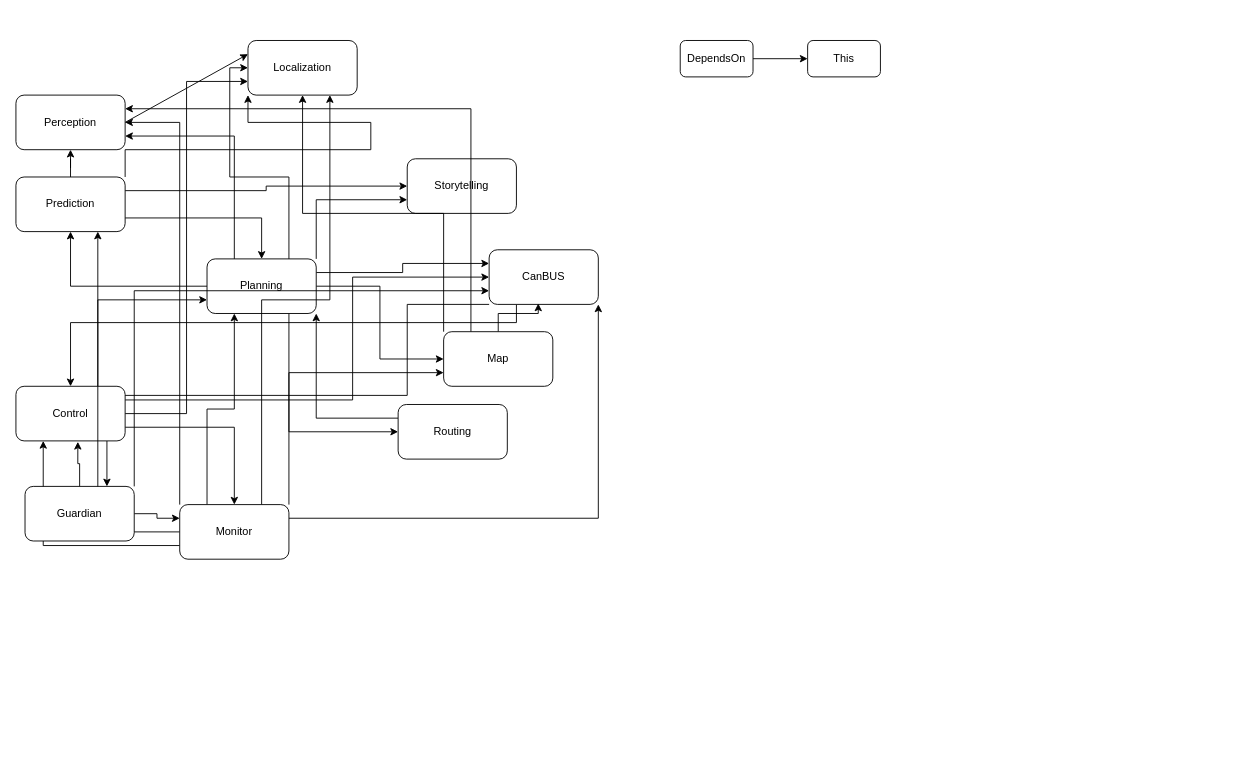
This is 322/apollo-concerte-take2.drawio from benhonda/queens-w2022, a draw.io file, before an edit. Source tidied: cells renumbered, new cells numbered last; positions are measured from the earlier drawing's top-left corner, leaving out a move shared by most shapes. Both pictures are drawn from the tidied source at 91%, with x=0, y=0 at pixel (15, 40).
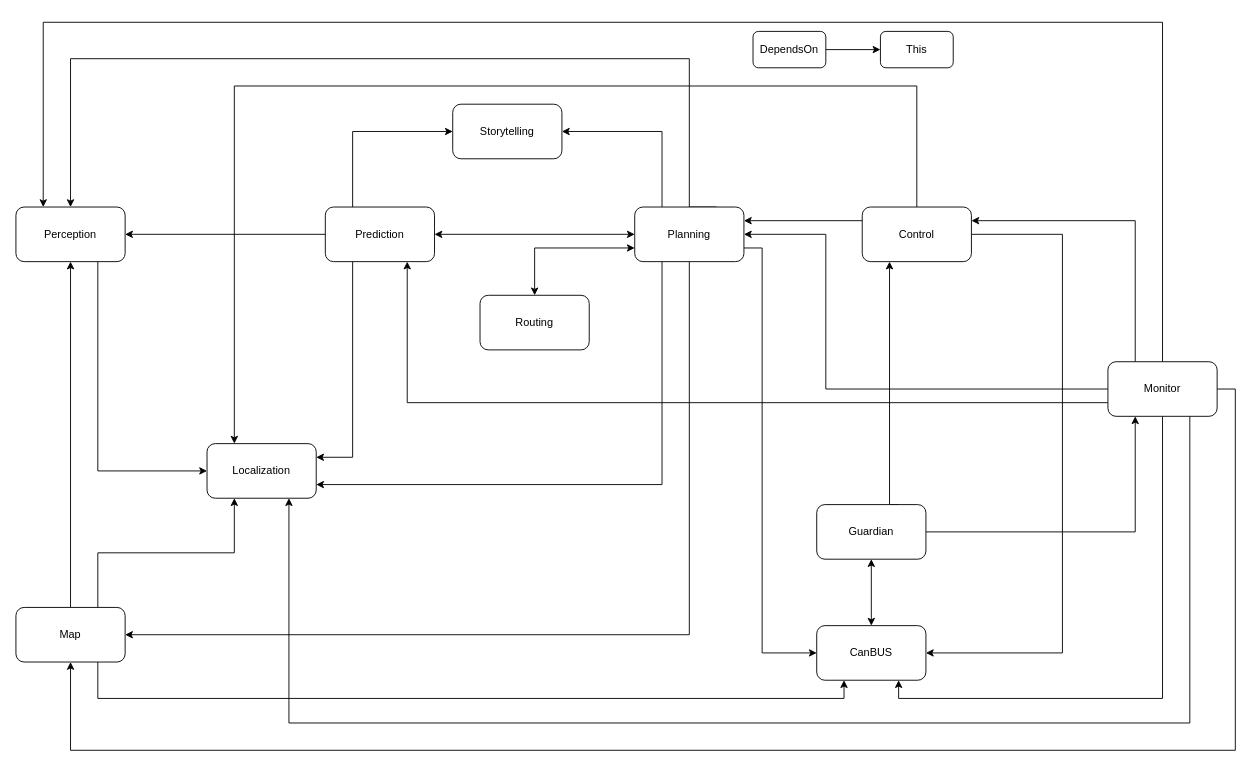
The same diagram, later.

The edit, as a diff of the source:
```diff
@@
+    <mxCell id="4" style="edgeStyle=orthogonalEdgeStyle;rounded=0;jettySize=auto;html=1;exitX=0.75;exitY=1;exitDx=0;exitDy=0;entryX=0;entryY=0.5;entryDx=0;entryDy=0;" parent="1" edge="1" source="2" target="3">
+      <mxGeometry relative="1" as="geometry">
+        <Array as="points">
+          <mxPoint x="90" y="473" />
+        </Array>
+      </mxGeometry>
+    </mxCell>
     <mxCell id="2" value="Perception" style="rounded=1;whiteSpace=wrap;html=1;" parent="1" vertex="1">
-      <mxGeometry y="60" width="120" height="60" as="geometry" />
+      <mxGeometry y="183" width="120" height="60" as="geometry" />
     </mxCell>
     <mxCell id="3" value="Localization" style="rounded=1;whiteSpace=wrap;html=1;" parent="1" vertex="1">
-      <mxGeometry x="255" width="120" height="60" as="geometry" />
+      <mxGeometry x="210" y="443" width="120" height="60" as="geometry" />
     </mxCell>
-    <mxCell id="4" style="endArrow=classic;html=1;rounded=0;exitX=1;exitY=0.5;exitDx=0;exitDy=0;entryX=0;entryY=0.25;entryDx=0;entryDy=0;" parent="1" edge="1" source="2" target="3">
-      <mxGeometry relative="1" as="geometry" />
-    </mxCell>
@@
     <mxCell id="6" value="DependsOn" style="rounded=1;whiteSpace=wrap;html=1;" parent="1" vertex="1">
-      <mxGeometry x="730" width="80" height="40" as="geometry" />
+      <mxGeometry x="810" y="-10" width="80" height="40" as="geometry" />
     </mxCell>
     <mxCell id="7" value="This" style="rounded=1;whiteSpace=wrap;html=1;" parent="1" vertex="1">
-      <mxGeometry x="870" width="80" height="40" as="geometry" />
+      <mxGeometry x="950" y="-10" width="80" height="40" as="geometry" />
     </mxCell>
-    <mxCell id="8" style="edgeStyle=orthogonalEdgeStyle;rounded=0;jettySize=auto;html=1;entryX=0.5;entryY=1;entryDx=0;entryDy=0;" parent="1" edge="1" source="12" target="2">
+    <mxCell id="8" style="edgeStyle=orthogonalEdgeStyle;rounded=0;jettySize=auto;html=1;entryX=1;entryY=0.5;entryDx=0;entryDy=0;exitX=0;exitY=0.5;exitDx=0;exitDy=0;" parent="1" edge="1" source="12" target="2">
       <mxGeometry relative="1" as="geometry" />
     </mxCell>
-    <mxCell id="9" style="edgeStyle=orthogonalEdgeStyle;rounded=0;jettySize=auto;html=1;exitX=1;exitY=0.75;exitDx=0;exitDy=0;entryX=0.5;entryY=0;entryDx=0;entryDy=0;" parent="1" edge="1" source="12" target="20">
-      <mxGeometry relative="1" as="geometry" />
-    </mxCell>
-    <mxCell id="10" style="edgeStyle=orthogonalEdgeStyle;rounded=0;jettySize=auto;html=1;exitX=1;exitY=0.25;exitDx=0;exitDy=0;" parent="1" edge="1" source="12" target="21">
-      <mxGeometry relative="1" as="geometry" />
+    <mxCell id="10" style="edgeStyle=orthogonalEdgeStyle;rounded=0;jettySize=auto;html=1;exitX=0.25;exitY=0;exitDx=0;exitDy=0;" parent="1" edge="1" source="12" target="21">
+      <mxGeometry relative="1" as="geometry">
+        <Array as="points">
+          <mxPoint x="370" y="100" />
+          <mxPoint x="370" y="100" />
+        </Array>
+      </mxGeometry>
     </mxCell>
-    <mxCell id="11" style="edgeStyle=orthogonalEdgeStyle;rounded=0;jettySize=auto;html=1;exitX=1;exitY=0;exitDx=0;exitDy=0;entryX=0;entryY=1;entryDx=0;entryDy=0;" parent="1" edge="1" source="12" target="3">
+    <mxCell id="11" style="edgeStyle=orthogonalEdgeStyle;rounded=0;jettySize=auto;html=1;exitX=0.25;exitY=1;exitDx=0;exitDy=0;entryX=1;entryY=0.25;entryDx=0;entryDy=0;" parent="1" edge="1" source="12" target="3">
       <mxGeometry relative="1" as="geometry">
         <Array as="points">
-          <mxPoint x="120" y="120" />
-          <mxPoint x="390" y="120" />
-          <mxPoint x="390" y="90" />
+          <mxPoint x="370" y="458" />
         </Array>
       </mxGeometry>
     </mxCell>
-    <mxCell id="12" value="Prediction" style="rounded=1;whiteSpace=wrap;html=1;" parent="1" vertex="1">
-      <mxGeometry y="150" width="120" height="60" as="geometry" />
-    </mxCell>
-    <mxCell id="13" style="edgeStyle=orthogonalEdgeStyle;rounded=0;jettySize=auto;html=1;exitX=1;exitY=0.25;exitDx=0;exitDy=0;entryX=0;entryY=0.25;entryDx=0;entryDy=0;" parent="1" edge="1" source="20" target="24">
-      <mxGeometry relative="1" as="geometry" />
+    <mxCell id="13" style="edgeStyle=orthogonalEdgeStyle;rounded=0;jettySize=auto;html=1;exitX=1;exitY=0.75;exitDx=0;exitDy=0;entryX=0;entryY=0.5;entryDx=0;entryDy=0;" parent="1" edge="1" source="20" target="24">
+      <mxGeometry relative="1" as="geometry">
+        <Array as="points">
+          <mxPoint x="820" y="228" />
+          <mxPoint x="820" y="673" />
+        </Array>
+      </mxGeometry>
     </mxCell>
-    <mxCell id="14" style="edgeStyle=orthogonalEdgeStyle;rounded=0;jettySize=auto;html=1;exitX=0.75;exitY=1;exitDx=0;exitDy=0;entryX=0;entryY=0.5;entryDx=0;entryDy=0;" parent="1" edge="1" source="20" target="26">
-      <mxGeometry relative="1" as="geometry" />
-    </mxCell>
-    <mxCell id="15" style="edgeStyle=orthogonalEdgeStyle;rounded=0;jettySize=auto;html=1;exitX=0.75;exitY=0;exitDx=0;exitDy=0;entryX=0;entryY=0.5;entryDx=0;entryDy=0;" parent="1" edge="1" source="20" target="3">
-      <mxGeometry relative="1" as="geometry" />
-    </mxCell>
-    <mxCell id="16" style="edgeStyle=orthogonalEdgeStyle;rounded=0;jettySize=auto;html=1;exitX=1;exitY=0.5;exitDx=0;exitDy=0;entryX=0;entryY=0.5;entryDx=0;entryDy=0;" parent="1" edge="1" source="20" target="30">
-      <mxGeometry relative="1" as="geometry" />
+    <mxCell id="16" style="edgeStyle=orthogonalEdgeStyle;rounded=0;jettySize=auto;html=1;exitX=0.5;exitY=1;exitDx=0;exitDy=0;entryX=1;entryY=0.5;entryDx=0;entryDy=0;" parent="1" edge="1" source="20" target="30">
+      <mxGeometry relative="1" as="geometry">
+        <Array as="points">
+          <mxPoint x="740" y="653" />
+        </Array>
+      </mxGeometry>
     </mxCell>
-    <mxCell id="17" style="edgeStyle=orthogonalEdgeStyle;rounded=0;jettySize=auto;html=1;exitX=0.25;exitY=0;exitDx=0;exitDy=0;entryX=1;entryY=0.75;entryDx=0;entryDy=0;" parent="1" edge="1" source="20" target="2">
-      <mxGeometry relative="1" as="geometry" />
+    <mxCell id="17" style="edgeStyle=orthogonalEdgeStyle;rounded=0;jettySize=auto;html=1;exitX=0.75;exitY=0;exitDx=0;exitDy=0;entryX=0.5;entryY=0;entryDx=0;entryDy=0;" parent="1" edge="1" source="20" target="2">
+      <mxGeometry relative="1" as="geometry">
+        <Array as="points">
+          <mxPoint x="740" y="183" />
+          <mxPoint x="740" y="20" />
+          <mxPoint x="60" y="20" />
+        </Array>
+      </mxGeometry>
     </mxCell>
-    <mxCell id="18" style="edgeStyle=orthogonalEdgeStyle;rounded=0;jettySize=auto;html=1;exitX=0;exitY=0.5;exitDx=0;exitDy=0;entryX=0.5;entryY=1;entryDx=0;entryDy=0;" parent="1" edge="1" source="20" target="12">
-      <mxGeometry relative="1" as="geometry" />
-    </mxCell>
-    <mxCell id="19" style="edgeStyle=orthogonalEdgeStyle;rounded=0;jettySize=auto;html=1;exitX=1;exitY=0;exitDx=0;exitDy=0;entryX=0;entryY=0.75;entryDx=0;entryDy=0;" parent="1" edge="1" source="20" target="21">
+    <mxCell id="19" style="edgeStyle=orthogonalEdgeStyle;rounded=0;jettySize=auto;html=1;exitX=0.25;exitY=0;exitDx=0;exitDy=0;entryX=1;entryY=0.5;entryDx=0;entryDy=0;" parent="1" edge="1" source="20" target="21">
       <mxGeometry relative="1" as="geometry" />
     </mxCell>
+    <mxCell id="15" style="edgeStyle=orthogonalEdgeStyle;rounded=0;jettySize=auto;html=1;exitX=0.25;exitY=1;exitDx=0;exitDy=0;entryX=1;entryY=0.75;entryDx=0;entryDy=0;endArrow=classic;endFill=1;strokeColor=default;" parent="1" edge="1" source="20" target="3">
+      <mxGeometry relative="1" as="geometry" />
+    </mxCell>
     <mxCell id="20" value="Planning" style="rounded=1;whiteSpace=wrap;html=1;" parent="1" vertex="1">
-      <mxGeometry x="210" y="240" width="120" height="60" as="geometry" />
+      <mxGeometry x="680" y="183" width="120" height="60" as="geometry" />
     </mxCell>
     <mxCell id="21" value="Storytelling" style="rounded=1;whiteSpace=wrap;html=1;" parent="1" vertex="1">
-      <mxGeometry x="430" y="130" width="120" height="60" as="geometry" />
+      <mxGeometry x="480" y="70" width="120" height="60" as="geometry" />
     </mxCell>
-    <mxCell id="22" style="edgeStyle=orthogonalEdgeStyle;rounded=0;jettySize=auto;html=1;exitX=0.25;exitY=1;exitDx=0;exitDy=0;entryX=0.5;entryY=0;entryDx=0;entryDy=0;" parent="1" edge="1" source="24" target="35">
-      <mxGeometry relative="1" as="geometry">
-        <Array as="points">
-          <mxPoint x="550" y="310" />
-          <mxPoint x="60" y="310" />
-        </Array>
-      </mxGeometry>
-    </mxCell>
-    <mxCell id="23" style="edgeStyle=orthogonalEdgeStyle;rounded=0;jettySize=auto;html=1;exitX=0;exitY=1;exitDx=0;exitDy=0;entryX=0.75;entryY=0;entryDx=0;entryDy=0;" parent="1" edge="1" source="24" target="47">
-      <mxGeometry relative="1" as="geometry">
-        <Array as="points">
-          <mxPoint x="430" y="290" />
-          <mxPoint x="430" y="390" />
-          <mxPoint x="100" y="390" />
-        </Array>
-      </mxGeometry>
-    </mxCell>
     <mxCell id="24" value="CanBUS" style="rounded=1;whiteSpace=wrap;html=1;" parent="1" vertex="1">
-      <mxGeometry x="520" y="230" width="120" height="60" as="geometry" />
+      <mxGeometry x="880" y="643" width="120" height="60" as="geometry" />
     </mxCell>
-    <mxCell id="25" style="edgeStyle=orthogonalEdgeStyle;rounded=0;jettySize=auto;html=1;exitX=0;exitY=0.25;exitDx=0;exitDy=0;entryX=1;entryY=1;entryDx=0;entryDy=0;" parent="1" edge="1" source="26" target="20">
-      <mxGeometry relative="1" as="geometry" />
-    </mxCell>
     <mxCell id="26" value="Routing" style="rounded=1;whiteSpace=wrap;html=1;" parent="1" vertex="1">
-      <mxGeometry x="420" y="400" width="120" height="60" as="geometry" />
+      <mxGeometry x="510" y="280" width="120" height="60" as="geometry" />
     </mxCell>
-    <mxCell id="27" style="edgeStyle=orthogonalEdgeStyle;rounded=0;jettySize=auto;html=1;exitX=0.5;exitY=0;exitDx=0;exitDy=0;entryX=0.45;entryY=0.983;entryDx=0;entryDy=0;entryPerimeter=0;" parent="1" edge="1" source="30" target="24">
-      <mxGeometry relative="1" as="geometry" />
+    <mxCell id="27" style="edgeStyle=orthogonalEdgeStyle;rounded=0;jettySize=auto;html=1;exitX=0.75;exitY=1;exitDx=0;exitDy=0;entryX=0.25;entryY=1;entryDx=0;entryDy=0;" parent="1" edge="1" source="30" target="24">
+      <mxGeometry relative="1" as="geometry">
+        <Array as="points">
+          <mxPoint x="90" y="723" />
+          <mxPoint x="910" y="723" />
+        </Array>
+      </mxGeometry>
     </mxCell>
-    <mxCell id="28" style="edgeStyle=orthogonalEdgeStyle;rounded=0;jettySize=auto;html=1;exitX=0.25;exitY=0;exitDx=0;exitDy=0;entryX=1;entryY=0.25;entryDx=0;entryDy=0;" parent="1" edge="1" source="30" target="2">
+    <mxCell id="28" style="edgeStyle=orthogonalEdgeStyle;rounded=0;jettySize=auto;html=1;exitX=0.5;exitY=0;exitDx=0;exitDy=0;entryX=0.5;entryY=1;entryDx=0;entryDy=0;" parent="1" edge="1" source="30" target="2">
       <mxGeometry relative="1" as="geometry" />
     </mxCell>
-    <mxCell id="29" style="edgeStyle=orthogonalEdgeStyle;rounded=0;jettySize=auto;html=1;exitX=0;exitY=0;exitDx=0;exitDy=0;entryX=0.5;entryY=1;entryDx=0;entryDy=0;" parent="1" edge="1" source="30" target="3">
+    <mxCell id="29" style="edgeStyle=orthogonalEdgeStyle;rounded=0;jettySize=auto;html=1;exitX=0.75;exitY=0;exitDx=0;exitDy=0;entryX=0.25;entryY=1;entryDx=0;entryDy=0;endArrow=classic;endFill=1;strokeColor=default;" parent="1" edge="1" source="30" target="3">
       <mxGeometry relative="1" as="geometry" />
     </mxCell>
     <mxCell id="30" value="Map" style="rounded=1;whiteSpace=wrap;html=1;" parent="1" vertex="1">
-      <mxGeometry x="470" y="320" width="120" height="60" as="geometry" />
+      <mxGeometry y="623" width="120" height="60" as="geometry" />
     </mxCell>
-    <mxCell id="31" style="edgeStyle=orthogonalEdgeStyle;rounded=0;jettySize=auto;html=1;exitX=1;exitY=0.25;exitDx=0;exitDy=0;entryX=0;entryY=0.5;entryDx=0;entryDy=0;" parent="1" edge="1" source="35" target="24">
-      <mxGeometry relative="1" as="geometry">
-        <Array as="points">
-          <mxPoint x="370" y="395" />
-          <mxPoint x="370" y="260" />
-        </Array>
-      </mxGeometry>
-    </mxCell>
-    <mxCell id="32" style="edgeStyle=orthogonalEdgeStyle;rounded=0;jettySize=auto;html=1;entryX=0;entryY=0.75;entryDx=0;entryDy=0;" parent="1" edge="1" source="35" target="3">
-      <mxGeometry relative="1" as="geometry" />
+    <mxCell id="32" style="edgeStyle=orthogonalEdgeStyle;rounded=0;jettySize=auto;html=1;entryX=0.25;entryY=0;entryDx=0;entryDy=0;" parent="1" edge="1" source="35" target="3">
+      <mxGeometry relative="1" as="geometry">
+        <Array as="points">
+          <mxPoint x="990" y="50" />
+          <mxPoint x="240" y="50" />
+        </Array>
+      </mxGeometry>
     </mxCell>
-    <mxCell id="33" style="edgeStyle=orthogonalEdgeStyle;rounded=0;jettySize=auto;html=1;exitX=1;exitY=0.75;exitDx=0;exitDy=0;" parent="1" edge="1" source="35" target="43">
+    <mxCell id="33" style="edgeStyle=orthogonalEdgeStyle;rounded=0;jettySize=auto;html=1;entryX=1;entryY=0.25;entryDx=0;entryDy=0;exitX=0.25;exitY=0;exitDx=0;exitDy=0;" parent="1" edge="1" source="43" target="35">
       <mxGeometry relative="1" as="geometry" />
     </mxCell>
+    <mxCell id="31" style="edgeStyle=orthogonalEdgeStyle;rounded=0;jettySize=auto;html=1;entryX=1;entryY=0.5;entryDx=0;entryDy=0;strokeColor=default;" parent="1" edge="1" source="35" target="24">
+      <mxGeometry relative="1" as="geometry">
+        <Array as="points">
+          <mxPoint x="1150" y="213" />
+          <mxPoint x="1150" y="673" />
+        </Array>
+      </mxGeometry>
+    </mxCell>
-    <mxCell id="34" style="edgeStyle=orthogonalEdgeStyle;rounded=0;jettySize=auto;html=1;exitX=0.75;exitY=0;exitDx=0;exitDy=0;entryX=0;entryY=0.75;entryDx=0;entryDy=0;" parent="1" edge="1" source="35" target="20">
+    <mxCell id="34" style="edgeStyle=orthogonalEdgeStyle;rounded=0;jettySize=auto;html=1;exitX=0;exitY=0.25;exitDx=0;exitDy=0;entryX=1;entryY=0.25;entryDx=0;entryDy=0;endArrow=classic;endFill=1;strokeColor=default;" parent="1" edge="1" source="35" target="20">
       <mxGeometry relative="1" as="geometry" />
     </mxCell>
     <mxCell id="35" value="Control" style="rounded=1;whiteSpace=wrap;html=1;" parent="1" vertex="1">
-      <mxGeometry y="380" width="120" height="60" as="geometry" />
+      <mxGeometry x="930" y="183" width="120" height="60" as="geometry" />
     </mxCell>
-    <mxCell id="36" style="edgeStyle=orthogonalEdgeStyle;rounded=0;jettySize=auto;html=1;exitX=0.75;exitY=0;exitDx=0;exitDy=0;entryX=0.75;entryY=1;entryDx=0;entryDy=0;" parent="1" edge="1" source="43" target="3">
-      <mxGeometry relative="1" as="geometry" />
+    <mxCell id="36" style="edgeStyle=orthogonalEdgeStyle;rounded=0;jettySize=auto;html=1;exitX=0.75;exitY=1;exitDx=0;exitDy=0;entryX=0.75;entryY=1;entryDx=0;entryDy=0;" parent="1" edge="1" source="43" target="3">
+      <mxGeometry relative="1" as="geometry">
+        <Array as="points">
+          <mxPoint x="1290" y="750" />
+          <mxPoint x="300" y="750" />
+        </Array>
+      </mxGeometry>
     </mxCell>
-    <mxCell id="37" style="edgeStyle=orthogonalEdgeStyle;rounded=0;jettySize=auto;html=1;exitX=1;exitY=0;exitDx=0;exitDy=0;entryX=0;entryY=0.75;entryDx=0;entryDy=0;" parent="1" edge="1" source="43" target="30">
-      <mxGeometry relative="1" as="geometry" />
+    <mxCell id="37" style="edgeStyle=orthogonalEdgeStyle;rounded=0;jettySize=auto;html=1;exitX=1;exitY=0.5;exitDx=0;exitDy=0;entryX=0.5;entryY=1;entryDx=0;entryDy=0;" parent="1" edge="1" source="43" target="30">
+      <mxGeometry relative="1" as="geometry">
+        <Array as="points">
+          <mxPoint x="1340" y="383" />
+          <mxPoint x="1340" y="780" />
+          <mxPoint x="60" y="780" />
+        </Array>
+      </mxGeometry>
     </mxCell>
-    <mxCell id="38" style="edgeStyle=orthogonalEdgeStyle;rounded=0;jettySize=auto;html=1;exitX=1;exitY=0.25;exitDx=0;exitDy=0;entryX=1;entryY=1;entryDx=0;entryDy=0;" parent="1" edge="1" source="43" target="24">
+    <mxCell id="38" style="edgeStyle=orthogonalEdgeStyle;rounded=0;jettySize=auto;html=1;exitX=0.5;exitY=1;exitDx=0;exitDy=0;entryX=0.75;entryY=1;entryDx=0;entryDy=0;" parent="1" edge="1" source="43" target="24">
       <mxGeometry relative="1" as="geometry" />
     </mxCell>
-    <mxCell id="39" style="edgeStyle=orthogonalEdgeStyle;rounded=0;jettySize=auto;html=1;exitX=0.25;exitY=0;exitDx=0;exitDy=0;entryX=0.25;entryY=1;entryDx=0;entryDy=0;" parent="1" edge="1" source="43" target="20">
-      <mxGeometry relative="1" as="geometry" />
+    <mxCell id="39" style="edgeStyle=orthogonalEdgeStyle;rounded=0;jettySize=auto;html=1;exitX=0;exitY=0.5;exitDx=0;exitDy=0;entryX=1;entryY=0.5;entryDx=0;entryDy=0;" parent="1" edge="1" source="43" target="20">
+      <mxGeometry relative="1" as="geometry">
+        <Array as="points">
+          <mxPoint x="890" y="383" />
+          <mxPoint x="890" y="213" />
+        </Array>
+      </mxGeometry>
     </mxCell>
-    <mxCell id="40" style="edgeStyle=orthogonalEdgeStyle;rounded=0;jettySize=auto;html=1;exitX=0;exitY=0;exitDx=0;exitDy=0;entryX=1;entryY=0.5;entryDx=0;entryDy=0;" parent="1" edge="1" source="43" target="2">
-      <mxGeometry relative="1" as="geometry" />
+    <mxCell id="40" style="edgeStyle=orthogonalEdgeStyle;rounded=0;jettySize=auto;html=1;exitX=0.5;exitY=0;exitDx=0;exitDy=0;entryX=0.25;entryY=0;entryDx=0;entryDy=0;" parent="1" edge="1" source="43" target="2">
+      <mxGeometry relative="1" as="geometry">
+        <Array as="points">
+          <mxPoint x="1260" y="-20" />
+          <mxPoint x="30" y="-20" />
+        </Array>
+      </mxGeometry>
     </mxCell>
-    <mxCell id="41" style="edgeStyle=orthogonalEdgeStyle;rounded=0;jettySize=auto;html=1;exitX=0;exitY=0.5;exitDx=0;exitDy=0;entryX=0.75;entryY=1;entryDx=0;entryDy=0;" parent="1" edge="1" source="43" target="12">
+    <mxCell id="41" style="edgeStyle=orthogonalEdgeStyle;rounded=0;jettySize=auto;html=1;exitX=0;exitY=0.75;exitDx=0;exitDy=0;entryX=0.75;entryY=1;entryDx=0;entryDy=0;" parent="1" edge="1" source="43" target="12">
       <mxGeometry relative="1" as="geometry" />
     </mxCell>
-    <mxCell id="42" style="edgeStyle=orthogonalEdgeStyle;rounded=0;jettySize=auto;html=1;exitX=0;exitY=0.75;exitDx=0;exitDy=0;entryX=0.25;entryY=1;entryDx=0;entryDy=0;" parent="1" edge="1" source="43" target="35">
-      <mxGeometry relative="1" as="geometry" />
-    </mxCell>
     <mxCell id="43" value="Monitor" style="rounded=1;whiteSpace=wrap;html=1;" parent="1" vertex="1">
-      <mxGeometry x="180" y="510" width="120" height="60" as="geometry" />
+      <mxGeometry x="1200" y="353" width="120" height="60" as="geometry" />
     </mxCell>
-    <mxCell id="44" style="edgeStyle=orthogonalEdgeStyle;rounded=0;jettySize=auto;html=1;entryX=0.567;entryY=1.017;entryDx=0;entryDy=0;entryPerimeter=0;" parent="1" edge="1" source="47" target="35">
-      <mxGeometry relative="1" as="geometry" />
+    <mxCell id="44" style="edgeStyle=orthogonalEdgeStyle;rounded=0;jettySize=auto;html=1;entryX=0.25;entryY=1;entryDx=0;entryDy=0;exitX=0.75;exitY=0;exitDx=0;exitDy=0;" parent="1" edge="1" source="47" target="35">
+      <mxGeometry relative="1" as="geometry">
+        <Array as="points">
+          <mxPoint x="960" y="510" />
+        </Array>
+      </mxGeometry>
     </mxCell>
-    <mxCell id="45" style="edgeStyle=orthogonalEdgeStyle;rounded=0;jettySize=auto;html=1;entryX=0;entryY=0.25;entryDx=0;entryDy=0;" parent="1" edge="1" source="47" target="43">
+    <mxCell id="45" style="edgeStyle=orthogonalEdgeStyle;rounded=0;jettySize=auto;html=1;entryX=0.25;entryY=1;entryDx=0;entryDy=0;" parent="1" edge="1" source="47" target="43">
       <mxGeometry relative="1" as="geometry" />
     </mxCell>
+    <mxCell id="12" value="Prediction" style="rounded=1;whiteSpace=wrap;html=1;" parent="1" vertex="1">
+      <mxGeometry x="340" y="183" width="120" height="60" as="geometry" />
+    </mxCell>
+    <mxCell id="47" value="Guardian" style="rounded=1;whiteSpace=wrap;html=1;" parent="1" vertex="1">
+      <mxGeometry x="880" y="510" width="120" height="60" as="geometry" />
+    </mxCell>
+    <mxCell id="9" style="endArrow=classic;startArrow=classic;html=1;rounded=0;strokeColor=default;exitX=1;exitY=0.5;exitDx=0;exitDy=0;entryX=0;entryY=0.5;entryDx=0;entryDy=0;" parent="1" edge="1" source="12" target="20">
+      <mxGeometry relative="1" as="geometry" />
+    </mxCell>
+    <mxCell id="25" style="endArrow=classic;startArrow=classic;html=1;rounded=0;strokeColor=default;exitX=0.5;exitY=0;exitDx=0;exitDy=0;entryX=0;entryY=0.75;entryDx=0;entryDy=0;edgeStyle=orthogonalEdgeStyle;" parent="1" edge="1" source="26" target="20">
+      <mxGeometry relative="1" as="geometry" />
+    </mxCell>
-    <mxCell id="46" style="edgeStyle=orthogonalEdgeStyle;rounded=0;jettySize=auto;html=1;exitX=1;exitY=0;exitDx=0;exitDy=0;entryX=0;entryY=0.75;entryDx=0;entryDy=0;" parent="1" edge="1" source="47" target="24">
+    <mxCell id="46" style="endArrow=classic;startArrow=classic;html=1;rounded=0;strokeColor=default;exitX=0.5;exitY=1;exitDx=0;exitDy=0;entryX=0.5;entryY=0;entryDx=0;entryDy=0;" parent="1" edge="1" source="47" target="24">
       <mxGeometry relative="1" as="geometry" />
     </mxCell>
-    <mxCell id="47" value="Guardian" style="rounded=1;whiteSpace=wrap;html=1;" parent="1" vertex="1">
-      <mxGeometry x="10" y="490" width="120" height="60" as="geometry" />
-    </mxCell>
```
